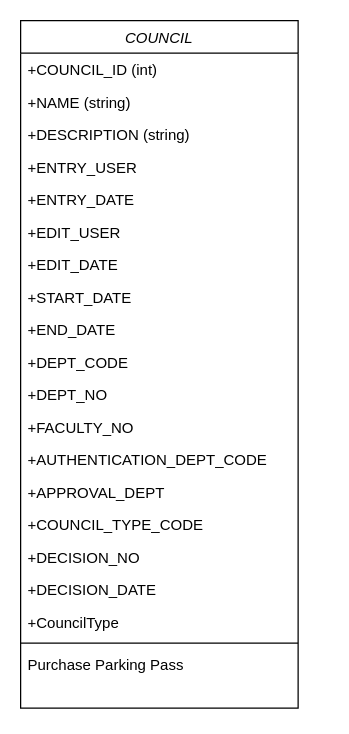
This is Untitled Diagram.drawio from UQU-Fluent/UQU, a draw.io file, before an edit. Source tidied: cells renumbered, new cells numbered last; positions are measured from the earlier drawing's top-left corner, leaving out a move shared by most shapes. Both pictures are drawn from the tidied source at 125%, with x=0, y=0 at pixel (20, 20).
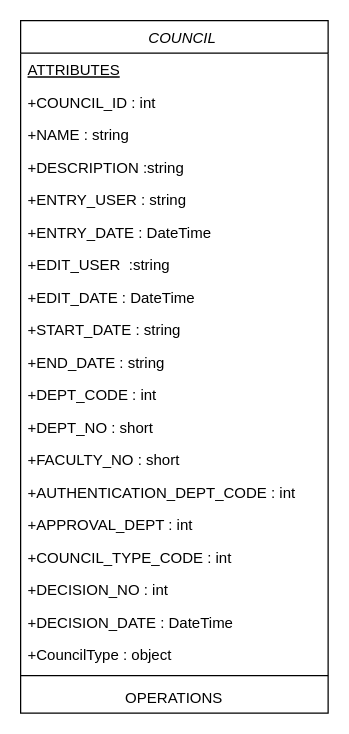
The same diagram, later.

Commit message:
UQU Councils Class Digrams

The edit, as a diff of the source:
```diff
@@
-    <mxCell id="2" value="COUNCIL" style="swimlane;fontStyle=2;align=center;verticalAlign=top;horizontal=1;startSize=26;rounded=0;shadow=0;strokeWidth=1;" parent="1" vertex="1">
-      <mxGeometry width="222" height="550" as="geometry" />
+    <mxCell id="2" value="    COUNCIL" style="swimlane;fontStyle=2;align=center;verticalAlign=top;horizontal=1;startSize=26;rounded=0;shadow=0;strokeWidth=1;" parent="1" vertex="1">
+      <mxGeometry width="246" height="554" as="geometry" />
     </mxCell>
+    <mxCell id="23" value="ATTRIBUTES" style="text;align=left;verticalAlign=top;spacingLeft=4;spacingRight=4;overflow=hidden;fontStyle=4;" parent="2" vertex="1">
+      <mxGeometry y="26" width="246" height="26" as="geometry" />
+    </mxCell>
-    <mxCell id="3" value="+COUNCIL_ID (int)" style="text;align=left;verticalAlign=top;spacingLeft=4;spacingRight=4;overflow=hidden;" parent="2" vertex="1">
-      <mxGeometry y="26" width="222" height="26" as="geometry" />
+    <mxCell id="3" value="+COUNCIL_ID : int" style="text;align=left;verticalAlign=top;spacingLeft=4;spacingRight=4;overflow=hidden;" parent="2" vertex="1">
+      <mxGeometry y="52" width="246" height="26" as="geometry" />
     </mxCell>
-    <mxCell id="4" value="+NAME (string)" style="text;align=left;verticalAlign=top;spacingLeft=4;spacingRight=4;overflow=hidden;rounded=0;shadow=0;html=0;" parent="2" vertex="1">
-      <mxGeometry y="52" width="222" height="26" as="geometry" />
+    <mxCell id="4" value="+NAME : string" style="text;align=left;verticalAlign=top;spacingLeft=4;spacingRight=4;overflow=hidden;rounded=0;shadow=0;html=0;" parent="2" vertex="1">
+      <mxGeometry y="78" width="246" height="26" as="geometry" />
     </mxCell>
-    <mxCell id="5" value="+DESCRIPTION (string)" style="text;align=left;verticalAlign=top;spacingLeft=4;spacingRight=4;overflow=hidden;rounded=0;shadow=0;html=0;" parent="2" vertex="1">
-      <mxGeometry y="78" width="222" height="26" as="geometry" />
+    <mxCell id="5" value="+DESCRIPTION :string" style="text;align=left;verticalAlign=top;spacingLeft=4;spacingRight=4;overflow=hidden;rounded=0;shadow=0;html=0;" parent="2" vertex="1">
+      <mxGeometry y="104" width="246" height="26" as="geometry" />
     </mxCell>
-    <mxCell id="6" value="+ENTRY_USER" style="text;align=left;verticalAlign=top;spacingLeft=4;spacingRight=4;overflow=hidden;rounded=0;shadow=0;html=0;" parent="2" vertex="1">
-      <mxGeometry y="104" width="222" height="26" as="geometry" />
+    <mxCell id="6" value="+ENTRY_USER : string" style="text;align=left;verticalAlign=top;spacingLeft=4;spacingRight=4;overflow=hidden;rounded=0;shadow=0;html=0;" parent="2" vertex="1">
+      <mxGeometry y="130" width="246" height="26" as="geometry" />
     </mxCell>
-    <mxCell id="7" value="+ENTRY_DATE" style="text;align=left;verticalAlign=top;spacingLeft=4;spacingRight=4;overflow=hidden;rounded=0;shadow=0;html=0;" parent="2" vertex="1">
-      <mxGeometry y="130" width="222" height="26" as="geometry" />
+    <mxCell id="7" value="+ENTRY_DATE : DateTime" style="text;align=left;verticalAlign=top;spacingLeft=4;spacingRight=4;overflow=hidden;rounded=0;shadow=0;html=0;" parent="2" vertex="1">
+      <mxGeometry y="156" width="246" height="26" as="geometry" />
     </mxCell>
-    <mxCell id="8" value="+EDIT_USER        " style="text;align=left;verticalAlign=top;spacingLeft=4;spacingRight=4;overflow=hidden;rounded=0;shadow=0;html=0;" parent="2" vertex="1">
-      <mxGeometry y="156" width="222" height="26" as="geometry" />
+    <mxCell id="8" value="+EDIT_USER  :string" style="text;align=left;verticalAlign=top;spacingLeft=4;spacingRight=4;overflow=hidden;rounded=0;shadow=0;html=0;" parent="2" vertex="1">
+      <mxGeometry y="182" width="246" height="26" as="geometry" />
     </mxCell>
-    <mxCell id="9" value="+EDIT_DATE" style="text;align=left;verticalAlign=top;spacingLeft=4;spacingRight=4;overflow=hidden;rounded=0;shadow=0;html=0;" parent="2" vertex="1">
-      <mxGeometry y="182" width="222" height="26" as="geometry" />
+    <mxCell id="9" value="+EDIT_DATE : DateTime" style="text;align=left;verticalAlign=top;spacingLeft=4;spacingRight=4;overflow=hidden;rounded=0;shadow=0;html=0;" parent="2" vertex="1">
+      <mxGeometry y="208" width="246" height="26" as="geometry" />
     </mxCell>
-    <mxCell id="10" value="+START_DATE" style="text;align=left;verticalAlign=top;spacingLeft=4;spacingRight=4;overflow=hidden;rounded=0;shadow=0;html=0;" parent="2" vertex="1">
-      <mxGeometry y="208" width="222" height="26" as="geometry" />
+    <mxCell id="10" value="+START_DATE : string" style="text;align=left;verticalAlign=top;spacingLeft=4;spacingRight=4;overflow=hidden;rounded=0;shadow=0;html=0;" parent="2" vertex="1">
+      <mxGeometry y="234" width="246" height="26" as="geometry" />
     </mxCell>
-    <mxCell id="11" value="+END_DATE" style="text;align=left;verticalAlign=top;spacingLeft=4;spacingRight=4;overflow=hidden;rounded=0;shadow=0;html=0;" parent="2" vertex="1">
-      <mxGeometry y="234" width="222" height="26" as="geometry" />
+    <mxCell id="11" value="+END_DATE : string" style="text;align=left;verticalAlign=top;spacingLeft=4;spacingRight=4;overflow=hidden;rounded=0;shadow=0;html=0;" parent="2" vertex="1">
+      <mxGeometry y="260" width="246" height="26" as="geometry" />
     </mxCell>
-    <mxCell id="12" value="+DEPT_CODE&#10;" style="text;align=left;verticalAlign=top;spacingLeft=4;spacingRight=4;overflow=hidden;rounded=0;shadow=0;html=0;" parent="2" vertex="1">
-      <mxGeometry y="260" width="222" height="26" as="geometry" />
+    <mxCell id="12" value="+DEPT_CODE : int&#10; " style="text;align=left;verticalAlign=top;spacingLeft=4;spacingRight=4;overflow=hidden;rounded=0;shadow=0;html=0;" parent="2" vertex="1">
+      <mxGeometry y="286" width="246" height="26" as="geometry" />
     </mxCell>
-    <mxCell id="13" value="+DEPT_NO" style="text;align=left;verticalAlign=top;spacingLeft=4;spacingRight=4;overflow=hidden;rounded=0;shadow=0;html=0;" parent="2" vertex="1">
-      <mxGeometry y="286" width="222" height="26" as="geometry" />
+    <mxCell id="13" value="+DEPT_NO : short" style="text;align=left;verticalAlign=top;spacingLeft=4;spacingRight=4;overflow=hidden;rounded=0;shadow=0;html=0;" parent="2" vertex="1">
+      <mxGeometry y="312" width="246" height="26" as="geometry" />
     </mxCell>
-    <mxCell id="14" value="+FACULTY_NO" style="text;align=left;verticalAlign=top;spacingLeft=4;spacingRight=4;overflow=hidden;rounded=0;shadow=0;html=0;" parent="2" vertex="1">
-      <mxGeometry y="312" width="222" height="26" as="geometry" />
+    <mxCell id="14" value="+FACULTY_NO : short&#10;" style="text;align=left;verticalAlign=top;spacingLeft=4;spacingRight=4;overflow=hidden;rounded=0;shadow=0;html=0;" parent="2" vertex="1">
+      <mxGeometry y="338" width="246" height="26" as="geometry" />
     </mxCell>
-    <mxCell id="15" value="+AUTHENTICATION_DEPT_CODE" style="text;align=left;verticalAlign=top;spacingLeft=4;spacingRight=4;overflow=hidden;rounded=0;shadow=0;html=0;" parent="2" vertex="1">
-      <mxGeometry y="338" width="222" height="26" as="geometry" />
+    <mxCell id="15" value="+AUTHENTICATION_DEPT_CODE : int" style="text;align=left;verticalAlign=top;spacingLeft=4;spacingRight=4;overflow=hidden;rounded=0;shadow=0;html=0;" parent="2" vertex="1">
+      <mxGeometry y="364" width="246" height="26" as="geometry" />
     </mxCell>
-    <mxCell id="16" value="+APPROVAL_DEPT" style="text;align=left;verticalAlign=top;spacingLeft=4;spacingRight=4;overflow=hidden;rounded=0;shadow=0;html=0;" parent="2" vertex="1">
-      <mxGeometry y="364" width="222" height="26" as="geometry" />
+    <mxCell id="16" value="+APPROVAL_DEPT : int" style="text;align=left;verticalAlign=top;spacingLeft=4;spacingRight=4;overflow=hidden;rounded=0;shadow=0;html=0;" parent="2" vertex="1">
+      <mxGeometry y="390" width="246" height="26" as="geometry" />
     </mxCell>
-    <mxCell id="17" value="+COUNCIL_TYPE_CODE" style="text;align=left;verticalAlign=top;spacingLeft=4;spacingRight=4;overflow=hidden;rounded=0;shadow=0;html=0;" parent="2" vertex="1">
-      <mxGeometry y="390" width="222" height="26" as="geometry" />
+    <mxCell id="17" value="+COUNCIL_TYPE_CODE : int&#10;" style="text;align=left;verticalAlign=top;spacingLeft=4;spacingRight=4;overflow=hidden;rounded=0;shadow=0;html=0;" parent="2" vertex="1">
+      <mxGeometry y="416" width="246" height="26" as="geometry" />
     </mxCell>
-    <mxCell id="18" value="+DECISION_NO" style="text;align=left;verticalAlign=top;spacingLeft=4;spacingRight=4;overflow=hidden;rounded=0;shadow=0;html=0;" parent="2" vertex="1">
-      <mxGeometry y="416" width="222" height="26" as="geometry" />
+    <mxCell id="18" value="+DECISION_NO : int&#10;" style="text;align=left;verticalAlign=top;spacingLeft=4;spacingRight=4;overflow=hidden;rounded=0;shadow=0;html=0;" parent="2" vertex="1">
+      <mxGeometry y="442" width="246" height="26" as="geometry" />
     </mxCell>
-    <mxCell id="19" value="+DECISION_DATE" style="text;align=left;verticalAlign=top;spacingLeft=4;spacingRight=4;overflow=hidden;rounded=0;shadow=0;html=0;" parent="2" vertex="1">
-      <mxGeometry y="442" width="222" height="26" as="geometry" />
+    <mxCell id="19" value="+DECISION_DATE : DateTime" style="text;align=left;verticalAlign=top;spacingLeft=4;spacingRight=4;overflow=hidden;rounded=0;shadow=0;html=0;" parent="2" vertex="1">
+      <mxGeometry y="468" width="246" height="26" as="geometry" />
     </mxCell>
-    <mxCell id="20" value="+CouncilType" style="text;align=left;verticalAlign=top;spacingLeft=4;spacingRight=4;overflow=hidden;rounded=0;shadow=0;html=0;" parent="2" vertex="1">
-      <mxGeometry y="468" width="222" height="26" as="geometry" />
+    <mxCell id="20" value="+CouncilType : object" style="text;align=left;verticalAlign=top;spacingLeft=4;spacingRight=4;overflow=hidden;rounded=0;shadow=0;html=0;" parent="2" vertex="1">
+      <mxGeometry y="494" width="246" height="26" as="geometry" />
     </mxCell>
     <mxCell id="21" style="line;html=1;strokeWidth=1;align=left;verticalAlign=middle;spacingTop=-1;spacingLeft=3;spacingRight=3;labelPosition=right;" parent="2" vertex="1">
-      <mxGeometry y="494" width="222" height="8" as="geometry" />
+      <mxGeometry y="520" width="246" height="8" as="geometry" />
     </mxCell>
-    <mxCell id="22" value="Purchase Parking Pass" style="text;align=left;verticalAlign=top;spacingLeft=4;spacingRight=4;overflow=hidden;" parent="2" vertex="1">
-      <mxGeometry y="502" width="222" height="26" as="geometry" />
+    <mxCell id="22" value="OPERATIONS" style="text;align=center;verticalAlign=top;spacingLeft=4;spacingRight=4;overflow=hidden;" parent="2" vertex="1">
+      <mxGeometry y="528" width="246" height="26" as="geometry" />
     </mxCell>
```
